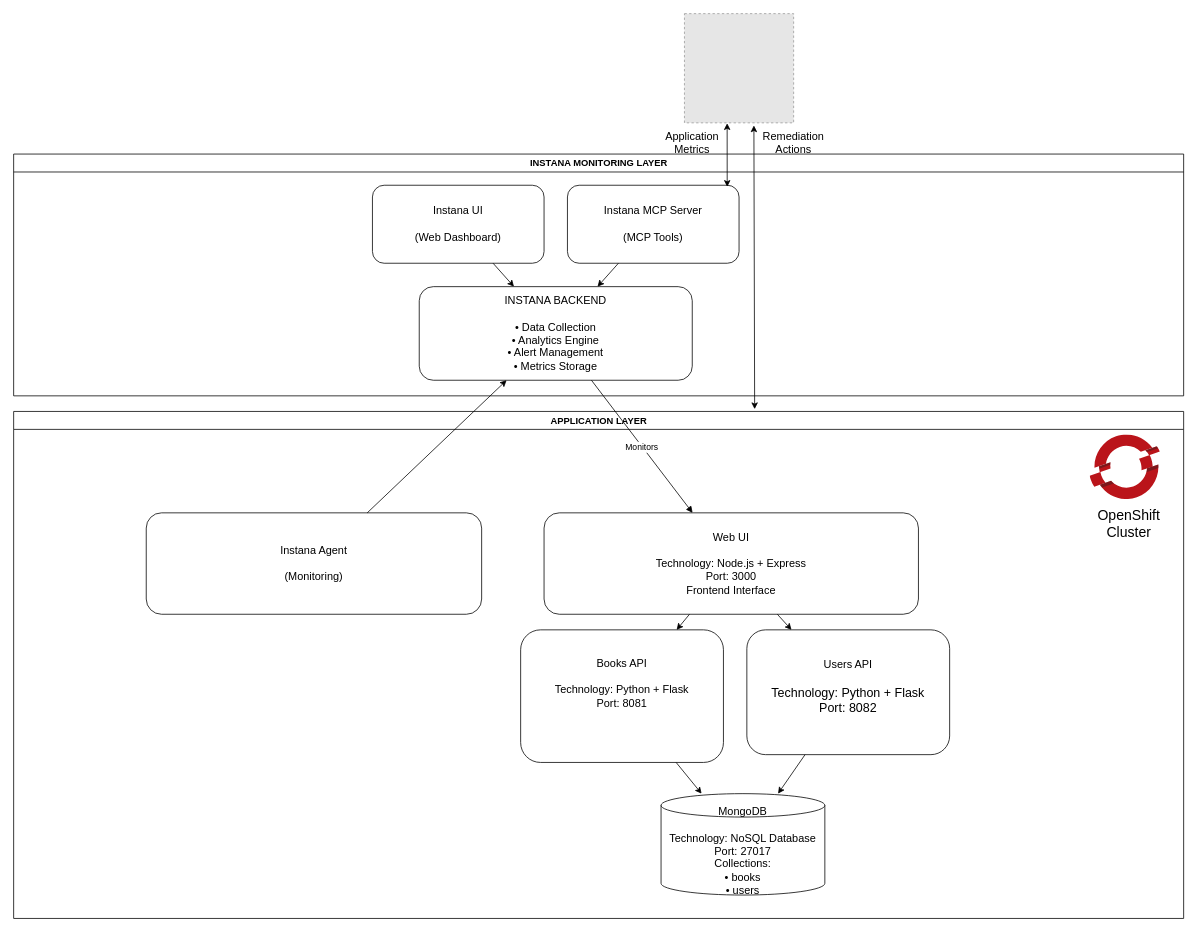
The draw.io diagram smart-incident-diagnosis-remediation/images/library-system-arch.io.drawio in IBM/bob-oic-tutorials, before the edit. Source tidied: cells renumbered, new cells numbered last; positions are measured from the earlier drawing's top-left corner, leaving out a move shared by most shapes. Both pictures are drawn from the tidied source at 78%, with x=0, y=0 at pixel (13, 13). Pictures stored in the file or linked from it are replaced by grey dashed boxes.
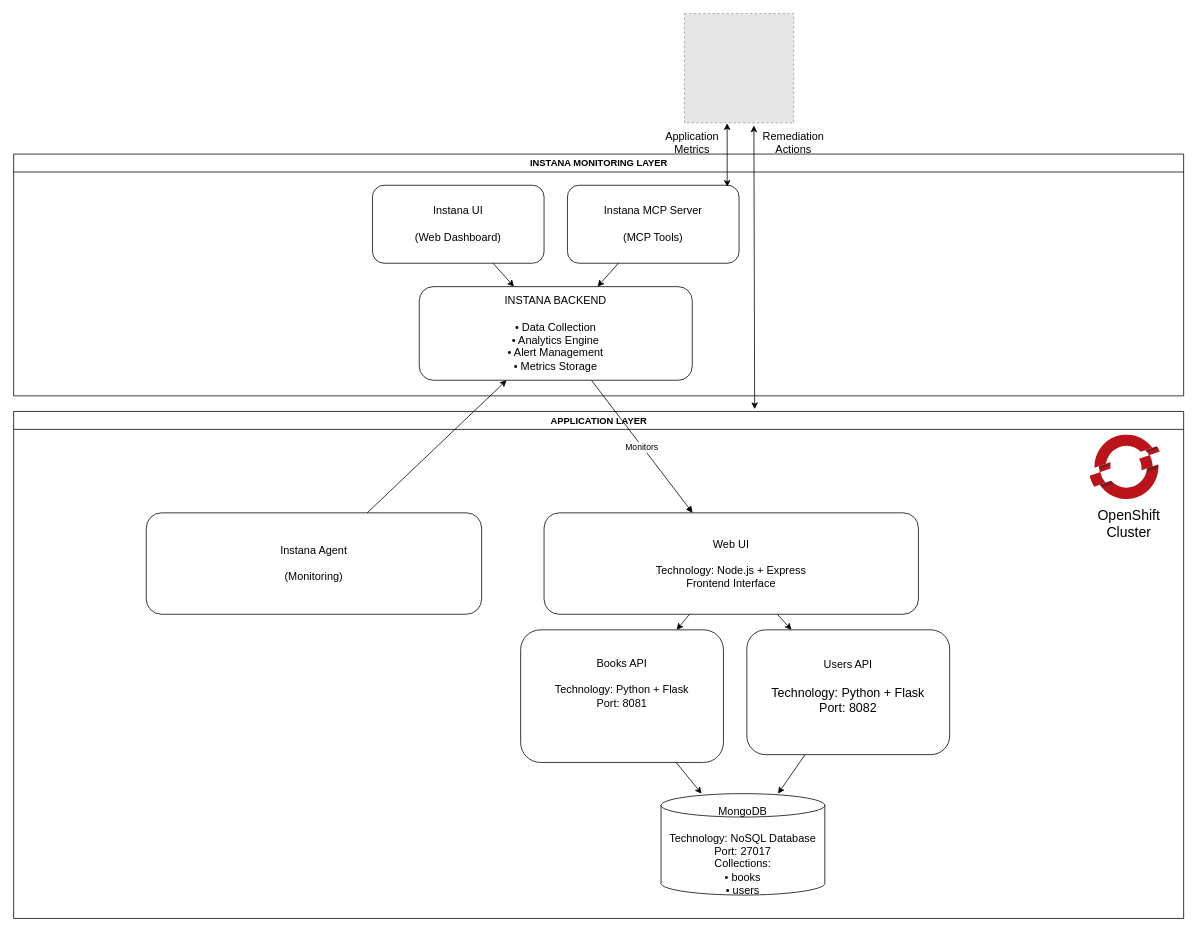
The same page after the edit.

Unchanged cells that the change refers to:
```xml
<mxCell id="8" value="APPLICATION LAYER" style="swimlane;fontStyle=1;html=1;" parent="1" vertex="1">
  <mxGeometry y="510" width="1500" height="650" as="geometry" />
</mxCell>
```

What changed in the source:
```diff
@@
-    <mxCell id="9" value="&lt;font style=&quot;font-size: 14px;&quot;&gt;Web UI&lt;br&gt;&lt;br&gt;Technology: Node.js + Express&lt;br&gt;Port: 3000&lt;br&gt;Frontend Interface&lt;/font&gt;" style="rounded=1;whiteSpace=wrap;html=1;" parent="8" vertex="1">
+    <mxCell id="9" value="&lt;font style=&quot;font-size: 14px;&quot;&gt;Web UI&lt;br&gt;&lt;br&gt;Technology: Node.js + Express&lt;br&gt;Frontend Interface&lt;/font&gt;" style="rounded=1;whiteSpace=wrap;html=1;" parent="8" vertex="1">
       <mxGeometry x="680" y="130" width="480" height="130" as="geometry" />
     </mxCell>
```
